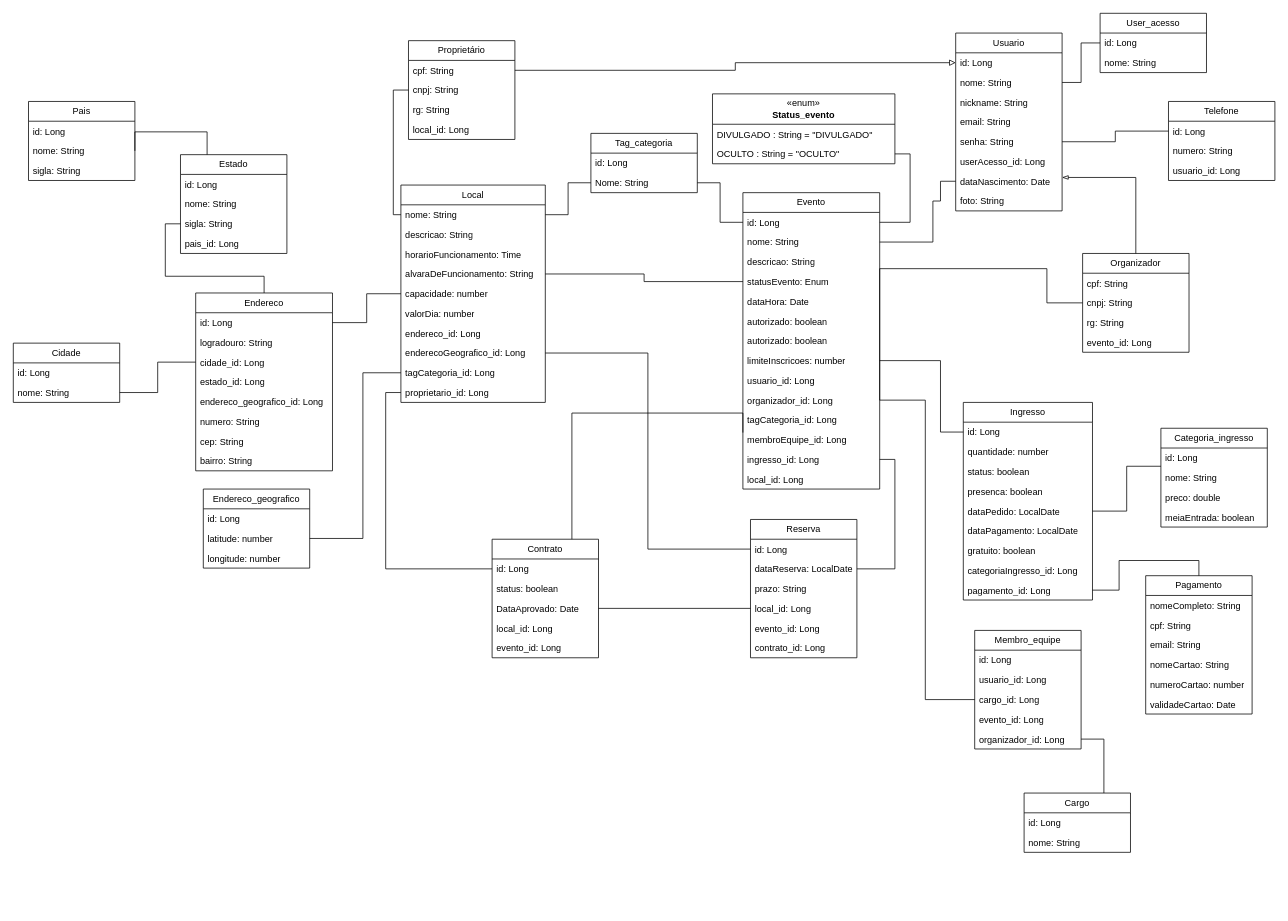
Earlier version of the draw.io diagram DiagramaDeClassesPokando.drawio (ChumeLabs-Pokando/Pokando). Source tidied: cells renumbered, new cells numbered last; positions are measured from the earlier drawing's top-left corner, leaving out a move shared by most shapes. Both pictures are drawn from the tidied source at 76%, with x=0, y=0 at pixel (13, 13).
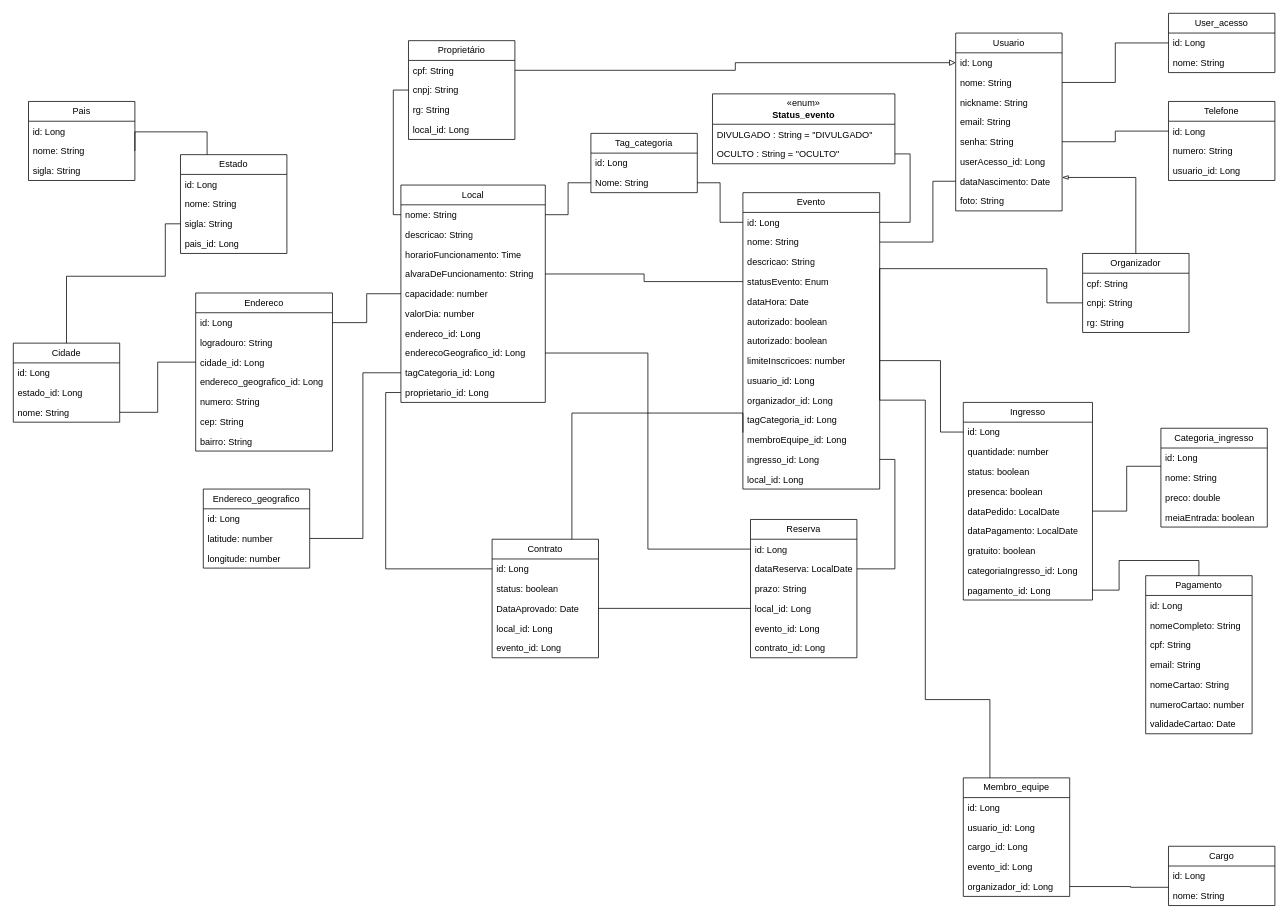
Above is the later version.

Commit message:
atu tabela de estado e relacionamentos

The change refers to these unchanged cells:
```xml
<mxCell id="9" value="dataNascimento: Date" style="text;strokeColor=none;fillColor=none;align=left;verticalAlign=top;spacingLeft=4;spacingRight=4;overflow=hidden;points=[[0,0.5],[1,0.5]];portConstraint=eastwest;whiteSpace=wrap;html=1;" parent="2" vertex="1">
  <mxGeometry y="182" width="140" height="26" as="geometry" />
</mxCell>
<mxCell id="38" value="cargo_id: Long" style="text;strokeColor=none;fillColor=none;align=left;verticalAlign=top;spacingLeft=4;spacingRight=4;overflow=hidden;points=[[0,0.5],[1,0.5]];portConstraint=eastwest;whiteSpace=wrap;html=1;" parent="35" vertex="1">
  <mxGeometry y="78" width="140" height="26" as="geometry" />
</mxCell>
<mxCell id="40" value="organizador_id: Long" style="text;strokeColor=none;fillColor=none;align=left;verticalAlign=top;spacingLeft=4;spacingRight=4;overflow=hidden;points=[[0,0.5],[1,0.5]];portConstraint=eastwest;whiteSpace=wrap;html=1;" parent="35" vertex="1">
  <mxGeometry y="130" width="140" height="26" as="geometry" />
</mxCell>
<mxCell id="44" value="nome: String" style="text;strokeColor=none;fillColor=none;align=left;verticalAlign=top;spacingLeft=4;spacingRight=4;overflow=hidden;points=[[0,0.5],[1,0.5]];portConstraint=eastwest;whiteSpace=wrap;html=1;" parent="42" vertex="1">
  <mxGeometry y="52" width="140" height="26" as="geometry" />
</mxCell>
<mxCell id="84" value="nome: String" style="text;strokeColor=none;fillColor=none;align=left;verticalAlign=top;spacingLeft=4;spacingRight=4;overflow=hidden;points=[[0,0.5],[1,0.5]];portConstraint=eastwest;whiteSpace=wrap;html=1;" parent="82" vertex="1">
  <mxGeometry y="52" width="180" height="26" as="geometry" />
</mxCell>
<mxCell id="92" value="&lt;div&gt;organizador_id: Long&lt;/div&gt;" style="text;strokeColor=none;fillColor=none;align=left;verticalAlign=top;spacingLeft=4;spacingRight=4;overflow=hidden;points=[[0,0.5],[1,0.5]];portConstraint=eastwest;whiteSpace=wrap;html=1;" parent="82" vertex="1">
  <mxGeometry y="260" width="180" height="26" as="geometry" />
</mxCell>
<mxCell id="121" value="sigla: String" style="text;strokeColor=none;fillColor=none;align=left;verticalAlign=top;spacingLeft=4;spacingRight=4;overflow=hidden;points=[[0,0.5],[1,0.5]];portConstraint=eastwest;whiteSpace=wrap;html=1;" parent="118" vertex="1">
  <mxGeometry y="78" width="140" height="26" as="geometry" />
</mxCell>
```

What changed in the source:
```diff
@@
     <mxCell id="17" value="Organizador" style="swimlane;fontStyle=0;horizontal=1;startSize=26;fillColor=none;whiteSpace=wrap;html=1;" parent="1" vertex="1">
-      <mxGeometry x="1407" y="316" width="140" height="130" as="geometry" />
+      <mxGeometry x="1407" y="316" width="140" height="104" as="geometry" />
     </mxCell>
@@
-    <mxCell id="21" value="evento_id: Long" style="text;strokeColor=none;fillColor=none;align=left;verticalAlign=top;spacingLeft=4;spacingRight=4;overflow=hidden;whiteSpace=wrap;html=1;" parent="17" vertex="1">
-      <mxGeometry y="104" width="140" height="26" as="geometry" />
-    </mxCell>
     <mxCell id="22" value="Endereco" style="swimlane;fontStyle=0;horizontal=1;startSize=26;fillColor=none;whiteSpace=wrap;html=1;" parent="1" vertex="1">
-      <mxGeometry x="240" y="368" width="180" height="234" as="geometry" />
+      <mxGeometry x="240" y="368" width="180" height="208" as="geometry" />
     </mxCell>
@@
-    <mxCell id="26" value="estado_id: Long" style="text;strokeColor=none;fillColor=none;align=left;verticalAlign=top;spacingLeft=4;spacingRight=4;overflow=hidden;whiteSpace=wrap;html=1;" parent="22" vertex="1">
-      <mxGeometry y="104" width="180" height="26" as="geometry" />
-    </mxCell>
     <mxCell id="27" value="endereco_geografico_id: Long" style="text;strokeColor=none;fillColor=none;align=left;verticalAlign=top;spacingLeft=4;spacingRight=4;overflow=hidden;whiteSpace=wrap;html=1;" parent="22" vertex="1">
-      <mxGeometry y="130" width="180" height="26" as="geometry" />
+      <mxGeometry y="104" width="180" height="26" as="geometry" />
     </mxCell>
     <mxCell id="28" value="numero: String" style="text;strokeColor=none;fillColor=none;align=left;verticalAlign=top;spacingLeft=4;spacingRight=4;overflow=hidden;whiteSpace=wrap;html=1;" parent="22" vertex="1">
-      <mxGeometry y="156" width="180" height="26" as="geometry" />
+      <mxGeometry y="130" width="180" height="26" as="geometry" />
     </mxCell>
     <mxCell id="29" value="cep: String" style="text;strokeColor=none;fillColor=none;align=left;verticalAlign=top;spacingLeft=4;spacingRight=4;overflow=hidden;whiteSpace=wrap;html=1;" parent="22" vertex="1">
-      <mxGeometry y="182" width="180" height="26" as="geometry" />
+      <mxGeometry y="156" width="180" height="26" as="geometry" />
     </mxCell>
     <mxCell id="30" value="bairro: String" style="text;strokeColor=none;fillColor=none;align=left;verticalAlign=top;spacingLeft=4;spacingRight=4;overflow=hidden;whiteSpace=wrap;html=1;" parent="22" vertex="1">
-      <mxGeometry y="208" width="180" height="26" as="geometry" />
+      <mxGeometry y="182" width="180" height="26" as="geometry" />
     </mxCell>
@@
     <mxCell id="35" value="Membro_equipe" style="swimlane;fontStyle=0;horizontal=1;startSize=26;fillColor=none;whiteSpace=wrap;html=1;" parent="1" vertex="1">
-      <mxGeometry x="1265" y="812" width="140" height="156" as="geometry" />
+      <mxGeometry x="1250" y="1006" width="140" height="156" as="geometry" />
     </mxCell>
@@
-    <mxCell id="41" style="edgeStyle=orthogonalEdgeStyle;rounded=0;jettySize=auto;html=1;exitX=0.75;exitY=0;exitDx=0;exitDy=0;entryX=1;entryY=0.5;entryDx=0;entryDy=0;endArrow=none;startFill=0;" parent="1" edge="1" source="42" target="40">
-      <mxGeometry relative="1" as="geometry" />
+    <mxCell id="41" style="edgeStyle=orthogonalEdgeStyle;rounded=0;jettySize=auto;html=1;exitX=0;exitY=0.077;exitDx=0;exitDy=0;entryX=1;entryY=0.5;entryDx=0;entryDy=0;endArrow=none;startFill=0;exitPerimeter=0;" parent="1" edge="1" source="44" target="40">
+      <mxGeometry relative="1" as="geometry">
+        <Array as="points">
+          <mxPoint x="1470" y="1150" />
+          <mxPoint x="1470" y="1149" />
+        </Array>
+      </mxGeometry>
     </mxCell>
     <mxCell id="42" value="Cargo" style="swimlane;fontStyle=0;horizontal=1;startSize=26;fillColor=none;whiteSpace=wrap;html=1;" parent="1" vertex="1">
-      <mxGeometry x="1330" y="1026" width="140" height="78" as="geometry" />
+      <mxGeometry x="1520" y="1096" width="140" height="78" as="geometry" />
     </mxCell>
@@
     <mxCell id="61" value="Pagamento" style="swimlane;fontStyle=0;horizontal=1;startSize=26;fillColor=none;whiteSpace=wrap;html=1;" parent="1" vertex="1">
-      <mxGeometry x="1490" y="740" width="140" height="182" as="geometry" />
+      <mxGeometry x="1490" y="740" width="140" height="208" as="geometry" />
     </mxCell>
+    <mxCell id="155" value="id: Long" style="text;strokeColor=none;fillColor=none;align=left;verticalAlign=top;spacingLeft=4;spacingRight=4;overflow=hidden;whiteSpace=wrap;html=1;" parent="61" vertex="1">
+      <mxGeometry y="26" width="140" height="26" as="geometry" />
+    </mxCell>
     <mxCell id="62" value="nomeCompleto: String" style="text;strokeColor=none;fillColor=none;align=left;verticalAlign=top;spacingLeft=4;spacingRight=4;overflow=hidden;whiteSpace=wrap;html=1;" parent="61" vertex="1">
-      <mxGeometry y="26" width="140" height="26" as="geometry" />
+      <mxGeometry y="52" width="140" height="26" as="geometry" />
     </mxCell>
     <mxCell id="63" value="cpf: String" style="text;strokeColor=none;fillColor=none;align=left;verticalAlign=top;spacingLeft=4;spacingRight=4;overflow=hidden;whiteSpace=wrap;html=1;" parent="61" vertex="1">
-      <mxGeometry y="52" width="140" height="26" as="geometry" />
+      <mxGeometry y="78" width="140" height="26" as="geometry" />
     </mxCell>
     <mxCell id="64" value="email: String" style="text;strokeColor=none;fillColor=none;align=left;verticalAlign=top;spacingLeft=4;spacingRight=4;overflow=hidden;whiteSpace=wrap;html=1;" parent="61" vertex="1">
-      <mxGeometry y="78" width="140" height="26" as="geometry" />
+      <mxGeometry y="104" width="140" height="26" as="geometry" />
     </mxCell>
     <mxCell id="65" value="nomeCartao: String" style="text;strokeColor=none;fillColor=none;align=left;verticalAlign=top;spacingLeft=4;spacingRight=4;overflow=hidden;whiteSpace=wrap;html=1;" parent="61" vertex="1">
-      <mxGeometry y="104" width="140" height="26" as="geometry" />
+      <mxGeometry y="130" width="140" height="26" as="geometry" />
     </mxCell>
     <mxCell id="66" value="numeroCartao: number" style="text;strokeColor=none;fillColor=none;align=left;verticalAlign=top;spacingLeft=4;spacingRight=4;overflow=hidden;whiteSpace=wrap;html=1;" parent="61" vertex="1">
-      <mxGeometry y="130" width="140" height="26" as="geometry" />
+      <mxGeometry y="156" width="140" height="26" as="geometry" />
     </mxCell>
     <mxCell id="67" value="validadeCartao: Date" style="text;strokeColor=none;fillColor=none;align=left;verticalAlign=top;spacingLeft=4;spacingRight=4;overflow=hidden;whiteSpace=wrap;html=1;" parent="61" vertex="1">
-      <mxGeometry y="156" width="140" height="26" as="geometry" />
+      <mxGeometry y="182" width="140" height="26" as="geometry" />
     </mxCell>
@@
     <mxCell id="115" value="User_acesso" style="swimlane;fontStyle=0;horizontal=1;startSize=26;fillColor=none;whiteSpace=wrap;html=1;" parent="1" vertex="1">
-      <mxGeometry x="1430" width="140" height="78" as="geometry" />
+      <mxGeometry x="1520" width="140" height="78" as="geometry" />
     </mxCell>
@@
-    <mxCell id="123" style="edgeStyle=orthogonalEdgeStyle;rounded=0;jettySize=auto;html=1;entryX=1;entryY=0.5;entryDx=0;entryDy=0;endArrow=none;startFill=0;" parent="1" edge="1" source="38" target="92">
+    <mxCell id="123" style="edgeStyle=orthogonalEdgeStyle;rounded=0;jettySize=auto;html=1;entryX=1;entryY=0.5;entryDx=0;entryDy=0;endArrow=none;startFill=0;exitX=0.25;exitY=0;exitDx=0;exitDy=0;" parent="1" edge="1" source="35" target="92">
       <mxGeometry relative="1" as="geometry">
         <Array as="points">
+          <mxPoint x="1285" y="903" />
           <mxPoint x="1200" y="903" />
           <mxPoint x="1200" y="509" />
         </Array>
       </mxGeometry>
     </mxCell>
@@
     <mxCell id="130" style="edgeStyle=orthogonalEdgeStyle;rounded=0;jettySize=auto;html=1;exitX=0;exitY=0.5;exitDx=0;exitDy=0;entryX=1;entryY=0.5;entryDx=0;entryDy=0;endArrow=none;startFill=0;" parent="1" edge="1" source="9" target="84">
       <mxGeometry relative="1" as="geometry">
         <Array as="points">
-          <mxPoint x="1220" y="221" />
-          <mxPoint x="1220" y="247" />
-          <mxPoint x="1210" y="247" />
+          <mxPoint x="1210" y="221" />
           <mxPoint x="1210" y="301" />
         </Array>
       </mxGeometry>
     </mxCell>
-    <mxCell id="131" style="edgeStyle=orthogonalEdgeStyle;rounded=0;jettySize=auto;html=1;exitX=0;exitY=0.5;exitDx=0;exitDy=0;entryX=0.5;entryY=0;entryDx=0;entryDy=0;endArrow=none;startFill=0;" parent="1" edge="1" source="121" target="22">
+    <mxCell id="131" style="edgeStyle=orthogonalEdgeStyle;rounded=0;jettySize=auto;html=1;exitX=0;exitY=0.5;exitDx=0;exitDy=0;entryX=0.5;entryY=0;entryDx=0;entryDy=0;endArrow=none;startFill=0;" parent="1" edge="1" source="121" target="146">
       <mxGeometry relative="1" as="geometry">
         <Array as="points">
           <mxPoint x="200" y="277" />
           <mxPoint x="200" y="346" />
-          <mxPoint x="330" y="346" />
+          <mxPoint x="70" y="346" />
         </Array>
       </mxGeometry>
     </mxCell>
@@
     <mxCell id="146" value="Cidade" style="swimlane;fontStyle=0;horizontal=1;startSize=26;fillColor=none;whiteSpace=wrap;html=1;" parent="1" vertex="1">
-      <mxGeometry y="434" width="140" height="78" as="geometry" />
+      <mxGeometry y="434" width="140" height="104" as="geometry" />
     </mxCell>
@@
+    <mxCell id="26" value="estado_id: Long" style="text;strokeColor=none;fillColor=none;align=left;verticalAlign=top;spacingLeft=4;spacingRight=4;overflow=hidden;whiteSpace=wrap;html=1;" parent="146" vertex="1">
+      <mxGeometry y="52" width="140" height="26" as="geometry" />
+    </mxCell>
     <mxCell id="148" value="nome: String" style="text;strokeColor=none;fillColor=none;align=left;verticalAlign=top;spacingLeft=4;spacingRight=4;overflow=hidden;points=[[0,0.5],[1,0.5]];portConstraint=eastwest;whiteSpace=wrap;html=1;" parent="146" vertex="1">
-      <mxGeometry y="52" width="140" height="26" as="geometry" />
+      <mxGeometry y="78" width="140" height="26" as="geometry" />
     </mxCell>
```
